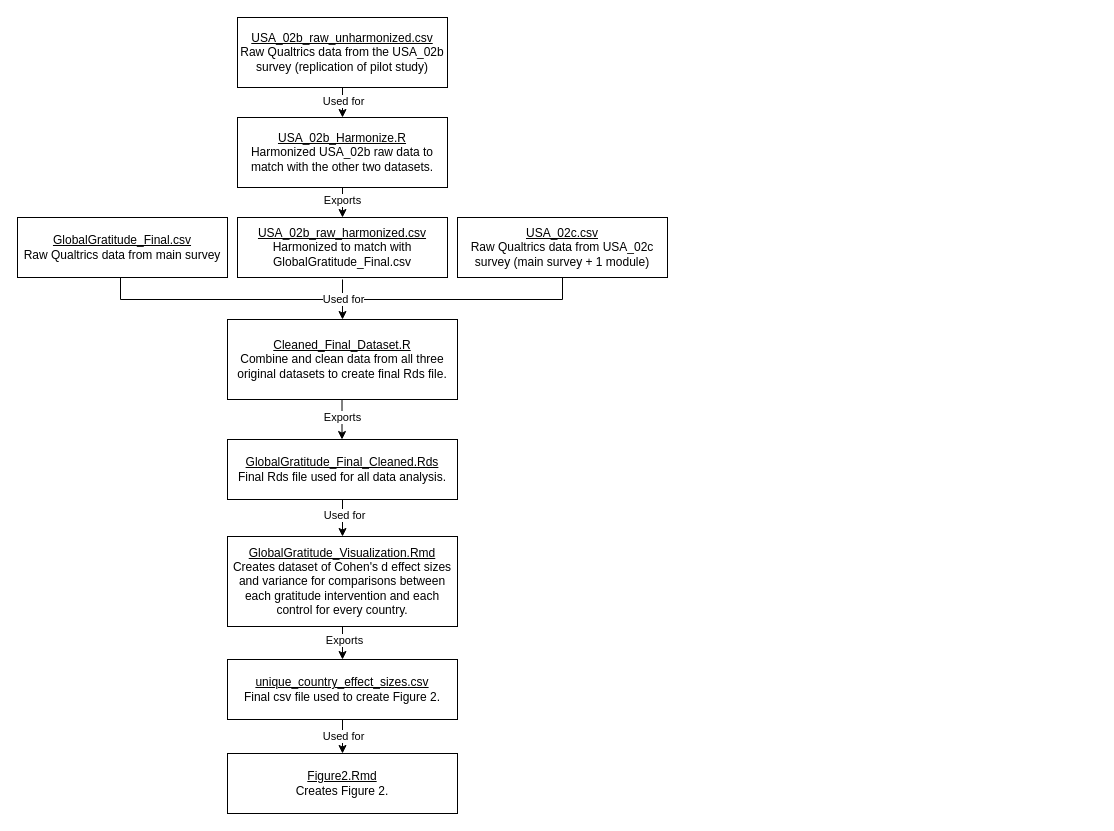
The draw.io diagram figures/GlobalGratitude_DataOrganization.drawio in ColesNicholas/GlobalGratitudeRepo, before the edit. Source tidied: cells renumbered, new cells numbered last; positions are measured from the earlier drawing's top-left corner, leaving out a move shared by most shapes. Both pictures are drawn from the tidied source at 100%, with x=0, y=0 at pixel (17, 17).
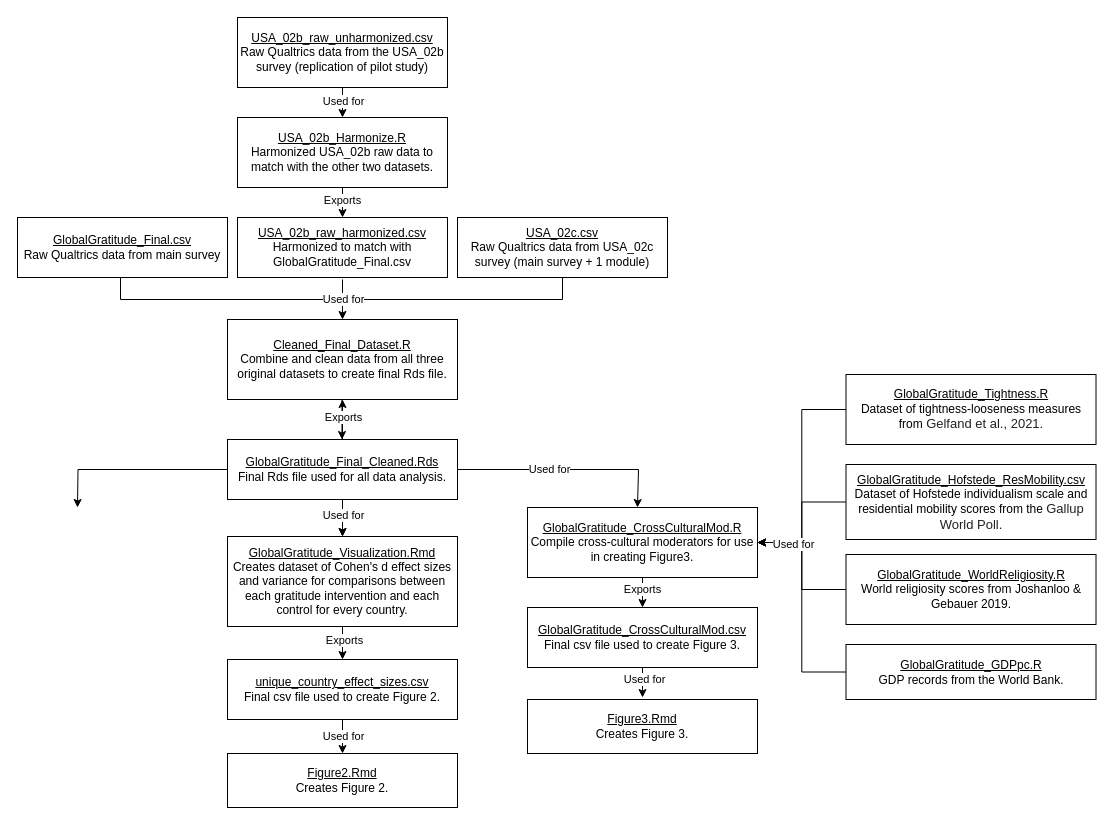
The same diagram, later.

The change refers to these unchanged cells:
```xml
<mxCell id="9" style="edgeStyle=orthogonalEdgeStyle;rounded=0;jettySize=auto;html=1;exitX=0.5;exitY=1;exitDx=0;exitDy=0;entryX=0.5;entryY=0;entryDx=0;entryDy=0;" parent="1" edge="1" source="11" target="14">
  <mxGeometry relative="1" as="geometry" />
</mxCell>
<mxCell id="11" value="&lt;u&gt;GlobalGratitude_Final_Cleaned.Rds&lt;/u&gt;&lt;div&gt;Final Rds file used for all data analysis.&lt;/div&gt;" style="rounded=0;whiteSpace=wrap;html=1;" parent="1" vertex="1">
  <mxGeometry x="210" y="422" width="230" height="60" as="geometry" />
</mxCell>
<mxCell id="14" value="&lt;u&gt;GlobalGratitude_Visualization.Rmd&lt;/u&gt;&lt;div&gt;Creates dataset of Cohen's d effect sizes and variance for comparisons between each gratitude intervention and each control for every country.&lt;/div&gt;" style="rounded=0;whiteSpace=wrap;html=1;" parent="1" vertex="1">
  <mxGeometry x="210" y="519" width="230" height="90" as="geometry" />
</mxCell>
<mxCell id="18" style="edgeStyle=orthogonalEdgeStyle;rounded=0;orthogonalLoop=1;jettySize=auto;html=1;exitX=0.5;exitY=1;exitDx=0;exitDy=0;" parent="1" edge="1">
  <mxGeometry relative="1" as="geometry">
    <mxPoint x="324.5" y="372" as="sourcePoint" />
    <mxPoint x="324.5" y="422" as="targetPoint" />
  </mxGeometry>
</mxCell>
<mxCell id="20" value="&lt;u&gt;Cleaned_Final_Dataset.R&lt;/u&gt;&lt;div&gt;Combine and clean data from all three original datasets to create final Rds file.&lt;/div&gt;" style="rounded=0;whiteSpace=wrap;html=1;" parent="1" vertex="1">
  <mxGeometry x="210" y="302" width="230" height="80" as="geometry" />
</mxCell>
```

The edit, as a diff of the source:
```diff
@@
-    <mxCell id="10" value="Used for" style="edgeLabel;html=1;align=center;verticalAlign=middle;" parent="9" vertex="1">
-      <mxGeometry x="0.08" y="1" relative="1" as="geometry">
-        <mxPoint y="-5" as="offset" />
-      </mxGeometry>
-    </mxCell>
+    <mxCell id="27" style="edgeStyle=orthogonalEdgeStyle;rounded=0;jettySize=auto;html=1;" parent="1" edge="1" source="11" target="20">
+      <mxGeometry relative="1" as="geometry" />
+    </mxCell>
+    <mxCell id="28" style="edgeStyle=orthogonalEdgeStyle;rounded=0;jettySize=auto;html=1;" parent="1" edge="1" source="11" target="14">
+      <mxGeometry relative="1" as="geometry" />
+    </mxCell>
+    <mxCell id="29" value="Used for" style="edgeLabel;html=1;align=center;verticalAlign=middle;" parent="28" vertex="1">
+      <mxGeometry x="-0.3" relative="1" as="geometry" />
+    </mxCell>
+    <mxCell id="30" style="edgeStyle=orthogonalEdgeStyle;rounded=0;jettySize=auto;html=1;exitX=0;exitY=0.5;exitDx=0;exitDy=0;" parent="1" edge="1" source="11">
+      <mxGeometry relative="1" as="geometry">
+        <mxPoint x="60" y="490" as="targetPoint" />
+      </mxGeometry>
+    </mxCell>
+    <mxCell id="31" style="edgeStyle=orthogonalEdgeStyle;rounded=0;jettySize=auto;html=1;exitX=1;exitY=0.5;exitDx=0;exitDy=0;" parent="1" edge="1" source="11">
+      <mxGeometry relative="1" as="geometry">
+        <mxPoint x="620" y="490" as="targetPoint" />
+        <Array as="points">
+          <mxPoint x="621" y="452" />
+        </Array>
+      </mxGeometry>
+    </mxCell>
+    <mxCell id="32" value="Used for" style="edgeLabel;html=1;align=center;verticalAlign=middle;" parent="31" vertex="1">
+      <mxGeometry x="-0.17" y="1" relative="1" as="geometry" />
+    </mxCell>
@@
     <mxCell id="19" value="Exports" style="edgeLabel;html=1;align=center;verticalAlign=middle;" parent="18" vertex="1">
       <mxGeometry x="0.04" relative="1" as="geometry">
-        <mxPoint y="1" as="offset" />
+        <mxPoint x="1" y="1" as="offset" />
       </mxGeometry>
     </mxCell>
@@
     <mxCell id="23" value="&lt;div&gt;&lt;u&gt;Figure2.Rmd&lt;/u&gt;&lt;/div&gt;&lt;div&gt;Creates Figure 2.&lt;/div&gt;" style="rounded=0;whiteSpace=wrap;html=1;" parent="1" vertex="1">
-      <mxGeometry x="210" y="736" width="230" height="60" as="geometry" />
+      <mxGeometry x="210" y="736" width="230" height="54" as="geometry" />
     </mxCell>
@@
+    <mxCell id="33" style="edgeStyle=orthogonalEdgeStyle;rounded=0;jettySize=auto;html=1;exitX=0.5;exitY=1;exitDx=0;exitDy=0;entryX=0.5;entryY=0;entryDx=0;entryDy=0;" parent="1" edge="1" source="35" target="47">
+      <mxGeometry relative="1" as="geometry" />
+    </mxCell>
+    <mxCell id="34" value="Exports" style="edgeLabel;html=1;align=center;verticalAlign=middle;" parent="33" vertex="1">
+      <mxGeometry x="0.13" y="-1" relative="1" as="geometry">
+        <mxPoint y="-6" as="offset" />
+      </mxGeometry>
+    </mxCell>
+    <mxCell id="35" value="&lt;u&gt;GlobalGratitude_CrossCulturalMod.R&lt;/u&gt;&lt;div&gt;Compile cross-cultural moderators for use in creating Figure3.&lt;/div&gt;" style="rounded=0;whiteSpace=wrap;html=1;" parent="1" vertex="1">
+      <mxGeometry x="510" y="490" width="230" height="70" as="geometry" />
+    </mxCell>
+    <mxCell id="36" style="edgeStyle=orthogonalEdgeStyle;rounded=0;jettySize=auto;html=1;exitX=0;exitY=0.5;exitDx=0;exitDy=0;entryX=1;entryY=0.5;entryDx=0;entryDy=0;" parent="1" edge="1" source="37" target="35">
+      <mxGeometry relative="1" as="geometry" />
+    </mxCell>
+    <mxCell id="37" value="&lt;u&gt;GlobalGratitude_Tightness.R&lt;/u&gt;&lt;div&gt;Dataset of tightness-looseness measures from&amp;nbsp;&lt;span style=&quot;background-color: rgb(255, 255, 255); color: rgb(34, 34, 34); font-family: Arial, sans-serif; font-size: 13px; text-align: start;&quot;&gt;Gelfand et al., 2021.&lt;/span&gt;&lt;/div&gt;" style="rounded=0;whiteSpace=wrap;html=1;" parent="1" vertex="1">
+      <mxGeometry x="828.5" y="357" width="250" height="70" as="geometry" />
+    </mxCell>
+    <mxCell id="38" style="edgeStyle=orthogonalEdgeStyle;rounded=0;jettySize=auto;html=1;entryX=1;entryY=0.5;entryDx=0;entryDy=0;" parent="1" edge="1" source="39" target="35">
+      <mxGeometry relative="1" as="geometry" />
+    </mxCell>
+    <mxCell id="39" value="&lt;div&gt;&lt;u&gt;GlobalGratitude_Hofstede_ResMobility.csv&lt;/u&gt;&lt;/div&gt;&lt;div&gt;Dataset of Hofstede individualism scale and residential mobility scores from the&amp;nbsp;&lt;span style=&quot;background-color: rgb(255, 255, 255); color: rgb(34, 34, 34); font-family: Arial, Helvetica, sans-serif; font-size: small; text-align: start;&quot;&gt;Gallup World Poll.&lt;/span&gt;&lt;/div&gt;" style="rounded=0;whiteSpace=wrap;html=1;" parent="1" vertex="1">
+      <mxGeometry x="828.5" y="447" width="250" height="75" as="geometry" />
+    </mxCell>
+    <mxCell id="40" style="edgeStyle=orthogonalEdgeStyle;rounded=0;jettySize=auto;html=1;exitX=0;exitY=0.5;exitDx=0;exitDy=0;entryX=1;entryY=0.5;entryDx=0;entryDy=0;" parent="1" edge="1" source="41" target="35">
+      <mxGeometry relative="1" as="geometry" />
+    </mxCell>
+    <mxCell id="41" value="&lt;u&gt;GlobalGratitude_WorldReligiosity.R&lt;/u&gt;&lt;div&gt;World religiosity scores from Joshanloo &amp;amp; Gebauer 2019.&lt;/div&gt;" style="rounded=0;whiteSpace=wrap;html=1;" parent="1" vertex="1">
+      <mxGeometry x="828.5" y="537" width="250" height="70" as="geometry" />
+    </mxCell>
+    <mxCell id="42" style="edgeStyle=orthogonalEdgeStyle;rounded=0;jettySize=auto;html=1;entryX=1;entryY=0.5;entryDx=0;entryDy=0;" parent="1" edge="1" source="44" target="35">
+      <mxGeometry relative="1" as="geometry" />
+    </mxCell>
+    <mxCell id="43" value="Used for" style="edgeLabel;html=1;align=center;verticalAlign=middle;" parent="42" vertex="1">
+      <mxGeometry x="0.68" y="1" relative="1" as="geometry" />
+    </mxCell>
+    <mxCell id="44" value="&lt;u&gt;GlobalGratitude_GDPpc.R&lt;/u&gt;&lt;div&gt;GDP records from the World Bank.&lt;/div&gt;" style="rounded=0;whiteSpace=wrap;html=1;" parent="1" vertex="1">
+      <mxGeometry x="828.5" y="627" width="250" height="55" as="geometry" />
+    </mxCell>
+    <mxCell id="45" style="edgeStyle=orthogonalEdgeStyle;rounded=0;jettySize=auto;html=1;exitX=0.5;exitY=1;exitDx=0;exitDy=0;" parent="1" edge="1" source="47">
+      <mxGeometry relative="1" as="geometry">
+        <mxPoint x="625" y="680" as="targetPoint" />
+      </mxGeometry>
+    </mxCell>
+    <mxCell id="46" value="Used for" style="edgeLabel;html=1;align=center;verticalAlign=middle;" parent="45" vertex="1">
+      <mxGeometry x="-0.13" y="2" relative="1" as="geometry">
+        <mxPoint x="-1" y="-2" as="offset" />
+      </mxGeometry>
+    </mxCell>
+    <mxCell id="47" value="&lt;u&gt;GlobalGratitude_CrossCulturalMod.csv&lt;/u&gt;&lt;br&gt;&lt;div&gt;Final csv file used to create Figure 3.&lt;/div&gt;" style="rounded=0;whiteSpace=wrap;html=1;" parent="1" vertex="1">
+      <mxGeometry x="510" y="590" width="230" height="60" as="geometry" />
+    </mxCell>
+    <mxCell id="48" value="&lt;div&gt;&lt;u&gt;Figure3.Rmd&lt;/u&gt;&lt;/div&gt;&lt;div&gt;Creates Figure 3.&lt;/div&gt;" style="rounded=0;whiteSpace=wrap;html=1;" parent="1" vertex="1">
+      <mxGeometry x="510" y="682" width="230" height="54" as="geometry" />
+    </mxCell>
```
